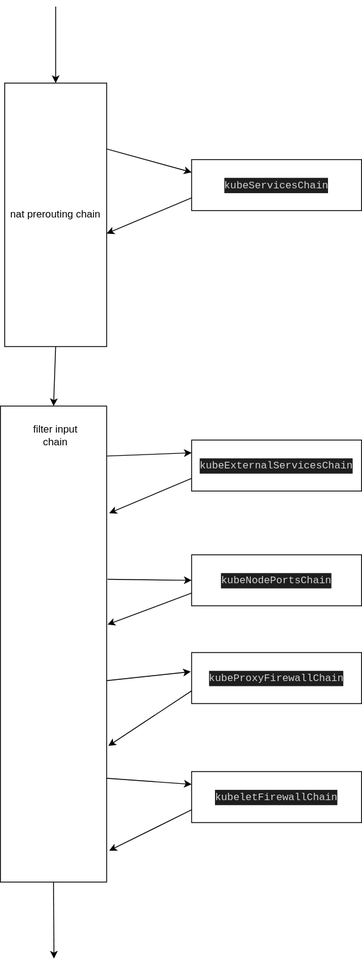
FanHa/fanha.github.io keeps this draw.io diagram as Kubernetes/resource/kubeProxyInitInputChainJump.drawio.svg. Above is the earlier version. Source tidied: cells renumbered, new cells last; positions are measured from the earlier drawing's top-left corner, leaving out a move shared by most shapes.
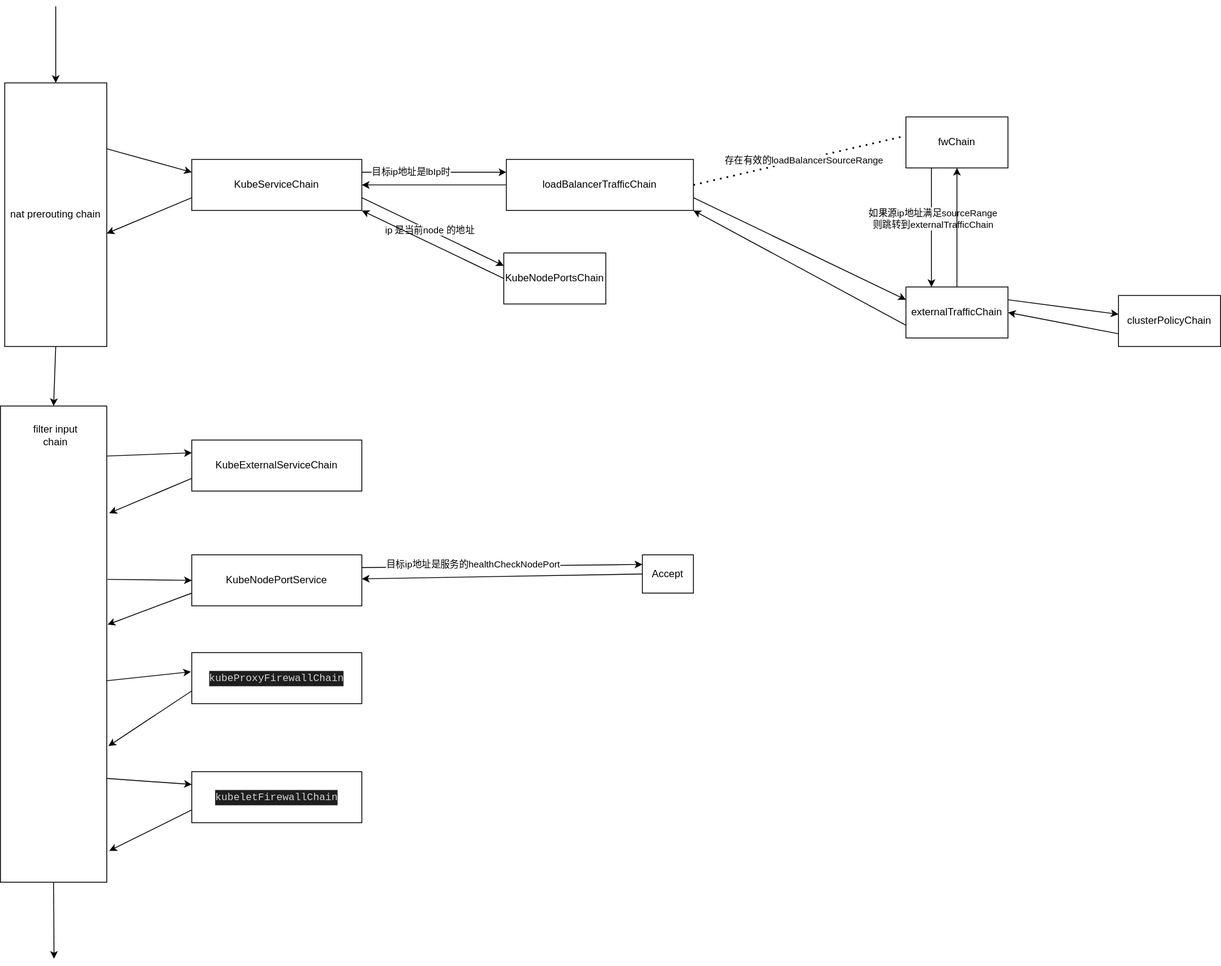
After the commit.

Commit message:
update kube-proxy

What changed in the source:
```diff
@@ -22,13 +22,19 @@
     <mxCell id="7" style="edgeStyle=none;html=1;exitX=0;exitY=0.75;exitDx=0;exitDy=0;entryX=1.024;entryY=0.225;entryDx=0;entryDy=0;entryPerimeter=0;" parent="1" edge="1" source="8" target="5">
       <mxGeometry relative="1" as="geometry" />
     </mxCell>
-    <mxCell id="8" value="&lt;div style=&quot;color: rgb(212, 212, 212); background-color: rgb(30, 30, 30); font-family: Menlo, Monaco, &amp;quot;Courier New&amp;quot;, monospace; line-height: 18px;&quot;&gt;kubeExternalServicesChain&lt;/div&gt;" style="rounded=0;whiteSpace=wrap;html=1;" parent="1" vertex="1">
+    <mxCell id="8" value="KubeExternalServiceChain" style="rounded=0;whiteSpace=wrap;html=1;" parent="1" vertex="1">
       <mxGeometry x="225" y="510" width="200" height="60" as="geometry" />
     </mxCell>
     <mxCell id="9" style="edgeStyle=none;html=1;exitX=0;exitY=0.75;exitDx=0;exitDy=0;entryX=1.008;entryY=0.459;entryDx=0;entryDy=0;entryPerimeter=0;" parent="1" edge="1" source="10" target="5">
       <mxGeometry relative="1" as="geometry" />
     </mxCell>
+    <mxCell id="23" style="edgeStyle=none;html=1;exitX=1;exitY=0.25;exitDx=0;exitDy=0;entryX=0;entryY=0.25;entryDx=0;entryDy=0;" parent="1" edge="1" source="10" target="30">
+      <mxGeometry relative="1" as="geometry" />
+    </mxCell>
+    <mxCell id="24" value="目标ip地址是服务的healthCheckNodePort" style="edgeLabel;html=1;align=center;verticalAlign=middle;" parent="23" vertex="1">
+      <mxGeometry x="-0.21" y="3" relative="1" as="geometry" />
+    </mxCell>
-    <mxCell id="10" value="&lt;div style=&quot;color: rgb(212, 212, 212); background-color: rgb(30, 30, 30); font-family: Menlo, Monaco, &amp;quot;Courier New&amp;quot;, monospace; line-height: 18px;&quot;&gt;&lt;div style=&quot;line-height: 18px;&quot;&gt;kubeNodePortsChain&lt;/div&gt;&lt;/div&gt;" style="rounded=0;whiteSpace=wrap;html=1;" parent="1" vertex="1">
+    <mxCell id="10" value="KubeNodePortService" style="rounded=0;whiteSpace=wrap;html=1;" parent="1" vertex="1">
       <mxGeometry x="225" y="645" width="200" height="60" as="geometry" />
     </mxCell>
     <mxCell id="11" style="edgeStyle=none;html=1;exitX=0;exitY=0.75;exitDx=0;exitDy=0;entryX=1.016;entryY=0.714;entryDx=0;entryDy=0;entryPerimeter=0;" parent="1" edge="1" source="12" target="5">
@@ -61,7 +67,23 @@
     <mxCell id="20" style="edgeStyle=none;html=1;exitX=0;exitY=0.75;exitDx=0;exitDy=0;entryX=1;entryY=0.571;entryDx=0;entryDy=0;entryPerimeter=0;" parent="1" edge="1" source="21" target="19">
       <mxGeometry relative="1" as="geometry" />
     </mxCell>
+    <mxCell id="25" style="edgeStyle=none;html=1;exitX=1;exitY=0.25;exitDx=0;exitDy=0;entryX=0;entryY=0.25;entryDx=0;entryDy=0;" parent="1" edge="1" source="21" target="33">
+      <mxGeometry relative="1" as="geometry" />
+    </mxCell>
+    <mxCell id="26" value="目标ip地址是lbIp时" style="edgeLabel;html=1;align=center;verticalAlign=middle;" parent="25" vertex="1">
+      <mxGeometry x="-0.33" y="2" relative="1" as="geometry">
+        <mxPoint y="1" as="offset" />
+      </mxGeometry>
+    </mxCell>
+    <mxCell id="27" style="edgeStyle=none;html=1;exitX=1;exitY=0.75;exitDx=0;exitDy=0;entryX=0;entryY=0.25;entryDx=0;entryDy=0;" parent="1" edge="1" source="21" target="46">
+      <mxGeometry relative="1" as="geometry" />
+    </mxCell>
+    <mxCell id="28" value="ip 是当前node 的地址" style="edgeLabel;html=1;align=center;verticalAlign=middle;" parent="27" vertex="1">
+      <mxGeometry x="-0.06" relative="1" as="geometry">
+        <mxPoint x="1" as="offset" />
+      </mxGeometry>
+    </mxCell>
-    <mxCell id="21" value="&lt;div style=&quot;color: rgb(212, 212, 212); background-color: rgb(30, 30, 30); font-family: Menlo, Monaco, &amp;quot;Courier New&amp;quot;, monospace; line-height: 18px;&quot;&gt;kubeServicesChain&lt;/div&gt;" style="rounded=0;whiteSpace=wrap;html=1;" parent="1" vertex="1">
+    <mxCell id="21" value="KubeServiceChain" style="rounded=0;whiteSpace=wrap;html=1;" parent="1" vertex="1">
       <mxGeometry x="225" y="180" width="200" height="60" as="geometry" />
     </mxCell>
     <mxCell id="22" style="endArrow=classic;html=1;entryX=0.5;entryY=0;entryDx=0;entryDy=0;" parent="1" edge="1" target="19">
@@ -69,5 +91,61 @@
         <mxPoint x="65" as="sourcePoint" />
       </mxGeometry>
     </mxCell>
+    <mxCell id="29" style="edgeStyle=none;html=1;exitX=0;exitY=0.5;exitDx=0;exitDy=0;" parent="1" edge="1" source="30" target="10">
+      <mxGeometry relative="1" as="geometry" />
+    </mxCell>
+    <mxCell id="30" value="Accept" style="rounded=0;whiteSpace=wrap;html=1;" parent="1" vertex="1">
+      <mxGeometry x="755" y="645" width="60" height="45" as="geometry" />
+    </mxCell>
+    <mxCell id="31" style="edgeStyle=none;html=1;exitX=0;exitY=0.5;exitDx=0;exitDy=0;entryX=1;entryY=0.5;entryDx=0;entryDy=0;" parent="1" edge="1" source="33" target="21">
+      <mxGeometry relative="1" as="geometry" />
+    </mxCell>
+    <mxCell id="32" style="edgeStyle=none;html=1;exitX=1;exitY=0.75;exitDx=0;exitDy=0;entryX=0;entryY=0.25;entryDx=0;entryDy=0;" parent="1" edge="1" source="33" target="40">
+      <mxGeometry relative="1" as="geometry" />
+    </mxCell>
+    <mxCell id="33" value="loadBalancerTrafficChain" style="rounded=0;whiteSpace=wrap;html=1;" parent="1" vertex="1">
+      <mxGeometry x="595" y="180" width="220" height="60" as="geometry" />
+    </mxCell>
+    <mxCell id="34" style="edgeStyle=none;html=1;exitX=0.25;exitY=1;exitDx=0;exitDy=0;entryX=0.25;entryY=0;entryDx=0;entryDy=0;" parent="1" edge="1" source="36" target="40">
+      <mxGeometry relative="1" as="geometry" />
+    </mxCell>
+    <mxCell id="35" value="如果源ip地址满足sourceRange&lt;br&gt;则跳转到externalTrafficChain" style="edgeLabel;html=1;align=center;verticalAlign=middle;" parent="34" vertex="1">
+      <mxGeometry x="-0.16" y="1" relative="1" as="geometry">
+        <mxPoint y="1" as="offset" />
+      </mxGeometry>
+    </mxCell>
+    <mxCell id="36" value="fwChain" style="rounded=0;whiteSpace=wrap;html=1;" parent="1" vertex="1">
+      <mxGeometry x="1065" y="130" width="120" height="60" as="geometry" />
+    </mxCell>
+    <mxCell id="37" style="edgeStyle=none;html=1;exitX=0;exitY=0.75;exitDx=0;exitDy=0;entryX=1;entryY=1;entryDx=0;entryDy=0;" parent="1" edge="1" source="40" target="33">
+      <mxGeometry relative="1" as="geometry" />
+    </mxCell>
+    <mxCell id="38" style="edgeStyle=none;html=1;exitX=0.5;exitY=0;exitDx=0;exitDy=0;" parent="1" edge="1" source="40" target="36">
+      <mxGeometry relative="1" as="geometry" />
+    </mxCell>
+    <mxCell id="39" style="edgeStyle=none;html=1;exitX=1;exitY=0.25;exitDx=0;exitDy=0;" parent="1" edge="1" source="40" target="44">
+      <mxGeometry relative="1" as="geometry" />
+    </mxCell>
+    <mxCell id="40" value="externalTrafficChain" style="rounded=0;whiteSpace=wrap;html=1;" parent="1" vertex="1">
+      <mxGeometry x="1065" y="330" width="120" height="60" as="geometry" />
+    </mxCell>
+    <mxCell id="41" style="endArrow=none;dashed=1;html=1;dashPattern=1 3;strokeWidth=2;exitX=1;exitY=0.5;exitDx=0;exitDy=0;entryX=-0.012;entryY=0.375;entryDx=0;entryDy=0;entryPerimeter=0;" parent="1" edge="1" source="33" target="36">
+      <mxGeometry relative="1" as="geometry" />
+    </mxCell>
+    <mxCell id="42" value="存在有效的loadBalancerSourceRange" style="edgeLabel;html=1;align=center;verticalAlign=middle;" parent="41" vertex="1">
+      <mxGeometry x="0.04" relative="1" as="geometry" />
+    </mxCell>
+    <mxCell id="43" style="edgeStyle=none;html=1;exitX=0;exitY=0.75;exitDx=0;exitDy=0;entryX=1;entryY=0.5;entryDx=0;entryDy=0;" parent="1" edge="1" source="44" target="40">
+      <mxGeometry relative="1" as="geometry" />
+    </mxCell>
+    <mxCell id="44" value="clusterPolicyChain" style="rounded=0;whiteSpace=wrap;html=1;" parent="1" vertex="1">
+      <mxGeometry x="1315" y="340" width="120" height="60" as="geometry" />
+    </mxCell>
+    <mxCell id="45" style="edgeStyle=none;html=1;exitX=0;exitY=0.5;exitDx=0;exitDy=0;entryX=1;entryY=1;entryDx=0;entryDy=0;" parent="1" edge="1" source="46" target="21">
+      <mxGeometry relative="1" as="geometry" />
+    </mxCell>
+    <mxCell id="46" value="KubeNodePortsChain&lt;br&gt;" style="rounded=0;whiteSpace=wrap;html=1;" parent="1" vertex="1">
+      <mxGeometry x="592" y="290" width="120" height="60" as="geometry" />
+    </mxCell>
   </root>
 </mxGraphModel>
```
